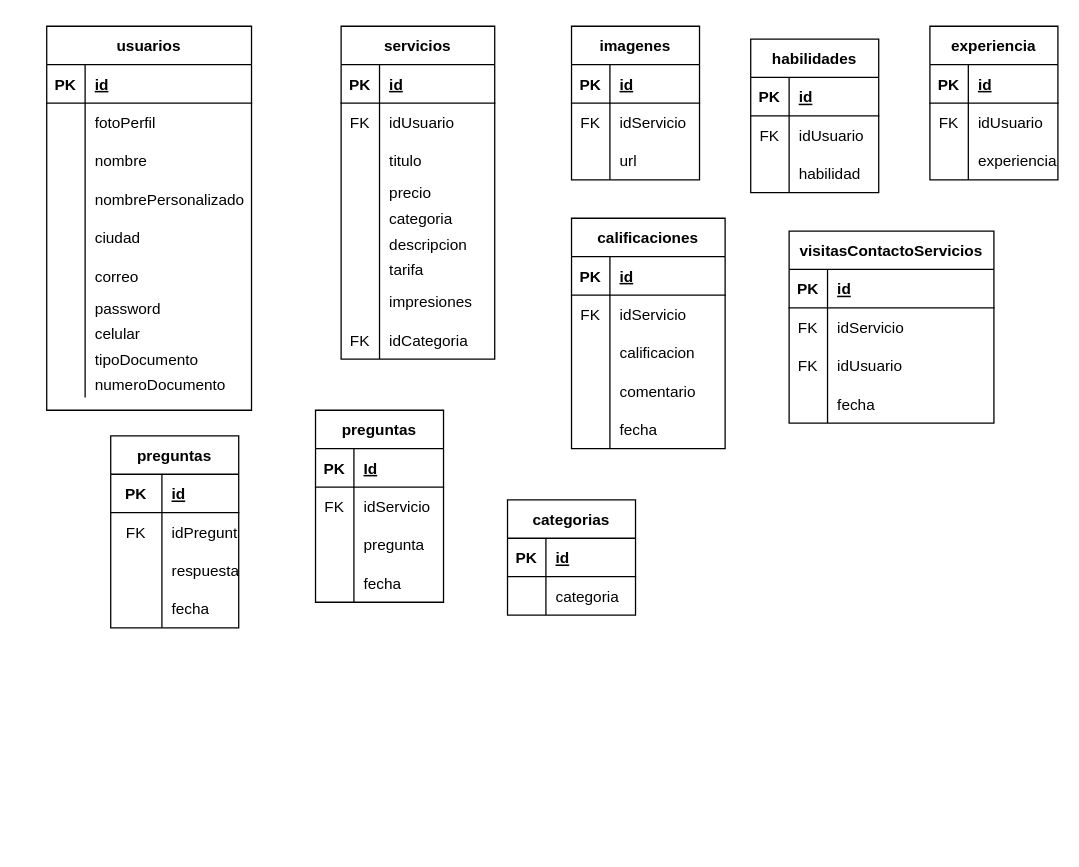
Above: data/DBDiagram.drawio in DABELOP/grupo_1_jobbook (draw.io), before the change. Source tidied: cells renumbered, new cells numbered last; positions are measured from the earlier drawing's top-left corner, leaving out a move shared by most shapes. Both pictures are drawn from the tidied source at 128%, with x=0, y=0 at pixel (46, 26).
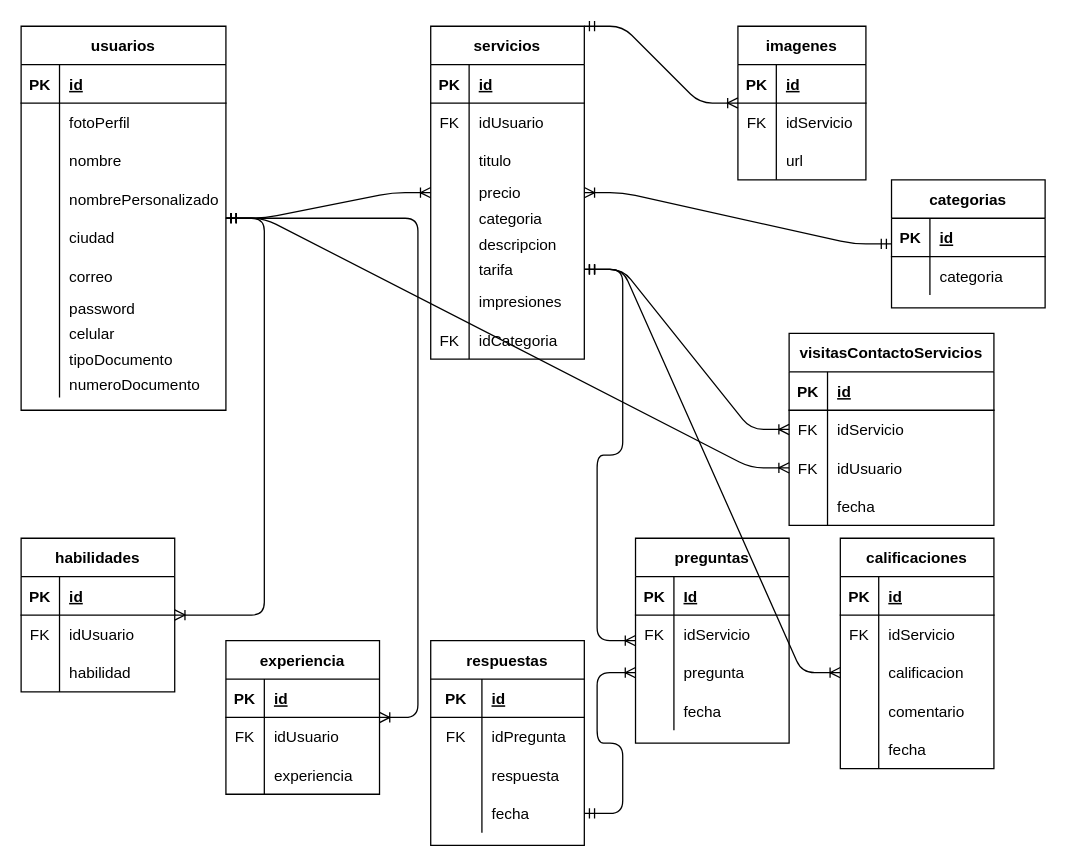
The same diagram, later.

Commit message:
Definición de relaciones entre entidades

Unchanged cells that the change refers to:
```xml
<mxCell id="62" style="shape=partialRectangle;fillColor=none;top=0;left=0;bottom=0;right=0;points=[[0,0.5],[1,0.5]];portConstraint=eastwest;" parent="43" vertex="1">
  <mxGeometry y="180" width="120" height="20" as="geometry" />
</mxCell>
<mxCell id="98" style="shape=partialRectangle;fillColor=none;top=0;left=0;bottom=0;right=0;points=[[0,0.5],[1,0.5]];portConstraint=eastwest;" parent="91" vertex="1">
  <mxGeometry y="90" width="120" height="30" as="geometry" />
</mxCell>
<mxCell id="114" style="shape=partialRectangle;fillColor=none;top=0;left=0;bottom=0;right=0;points=[[0,0.5],[1,0.5]];portConstraint=eastwest;" parent="107" vertex="1">
  <mxGeometry y="90" width="160" height="30" as="geometry" />
</mxCell>
```

The edit, as a diff of the source:
```diff
@@
     <mxCell id="2" value="imagenes" style="shape=table;startSize=30;childLayout=tableLayout;rowLines=0;fontStyle=1;align=center;" parent="1" vertex="1">
-      <mxGeometry x="410" width="100" height="120" as="geometry" />
+      <mxGeometry x="540" width="100" height="120" as="geometry" />
     </mxCell>
@@
     <mxCell id="12" value="usuarios" style="shape=table;startSize=30;childLayout=tableLayout;rowLines=0;fontStyle=1;align=center;" parent="1" vertex="1">
-      <mxGeometry width="160" height="300" as="geometry" />
+      <mxGeometry x="-20" width="160" height="300" as="geometry" />
     </mxCell>
@@
     <mxCell id="43" value="servicios" style="shape=table;startSize=30;childLayout=tableLayout;rowLines=0;fontStyle=1;align=center;" parent="1" vertex="1">
-      <mxGeometry x="230" width="120" height="260" as="geometry" />
+      <mxGeometry x="300" width="120" height="260" as="geometry" />
     </mxCell>
@@
     <mxCell id="71" value="habilidades" style="shape=table;startSize=30;childLayout=tableLayout;rowLines=0;fontStyle=1;align=center;" parent="1" vertex="1">
-      <mxGeometry x="550" y="10" width="100" height="120" as="geometry" />
+      <mxGeometry x="-20" y="400" width="120" height="120" as="geometry" />
     </mxCell>
     <mxCell id="72" style="shape=partialRectangle;fillColor=none;top=0;left=0;bottom=1;right=0;" parent="71" vertex="1">
-      <mxGeometry y="30" width="100" height="30" as="geometry" />
+      <mxGeometry y="30" width="120" height="30" as="geometry" />
     </mxCell>
@@
     <mxCell id="74" value="id" style="shape=partialRectangle;fillColor=none;top=0;left=0;bottom=0;right=0;align=left;spacingLeft=6;fontStyle=5;overflow=hidden;" parent="72" vertex="1">
-      <mxGeometry x="30" width="70" height="30" as="geometry" />
+      <mxGeometry x="30" width="90" height="30" as="geometry" />
     </mxCell>
     <mxCell id="75" style="shape=partialRectangle;fillColor=none;top=0;left=0;bottom=0;right=0;" parent="71" vertex="1">
-      <mxGeometry y="60" width="100" height="30" as="geometry" />
+      <mxGeometry y="60" width="120" height="30" as="geometry" />
     </mxCell>
@@
     <mxCell id="77" value="idUsuario" style="shape=partialRectangle;fillColor=none;top=0;left=0;bottom=0;right=0;align=left;spacingLeft=6;overflow=hidden;" parent="75" vertex="1">
-      <mxGeometry x="30" width="70" height="30" as="geometry" />
+      <mxGeometry x="30" width="90" height="30" as="geometry" />
     </mxCell>
     <mxCell id="78" style="shape=partialRectangle;fillColor=none;top=0;left=0;bottom=0;right=0;" parent="71" vertex="1">
-      <mxGeometry y="90" width="100" height="30" as="geometry" />
+      <mxGeometry y="90" width="120" height="30" as="geometry" />
     </mxCell>
@@
     <mxCell id="80" value="habilidad" style="shape=partialRectangle;fillColor=none;top=0;left=0;bottom=0;right=0;align=left;spacingLeft=6;overflow=hidden;" parent="78" vertex="1">
-      <mxGeometry x="30" width="70" height="30" as="geometry" />
+      <mxGeometry x="30" width="90" height="30" as="geometry" />
     </mxCell>
     <mxCell id="81" value="experiencia" style="shape=table;startSize=30;childLayout=tableLayout;rowLines=0;fontStyle=1;align=center;" parent="1" vertex="1">
-      <mxGeometry x="690" width="100" height="120" as="geometry" />
+      <mxGeometry x="140" y="480" width="120" height="120" as="geometry" />
     </mxCell>
     <mxCell id="82" style="shape=partialRectangle;fillColor=none;top=0;left=0;bottom=1;right=0;" parent="81" vertex="1">
-      <mxGeometry y="30" width="100" height="30" as="geometry" />
+      <mxGeometry y="30" width="120" height="30" as="geometry" />
     </mxCell>
@@
     <mxCell id="84" value="id" style="shape=partialRectangle;fillColor=none;top=0;left=0;bottom=0;right=0;align=left;spacingLeft=6;fontStyle=5;overflow=hidden;" parent="82" vertex="1">
-      <mxGeometry x="30" width="70" height="30" as="geometry" />
+      <mxGeometry x="30" width="90" height="30" as="geometry" />
     </mxCell>
     <mxCell id="85" style="shape=partialRectangle;fillColor=none;top=0;left=0;bottom=0;right=0;" parent="81" vertex="1">
-      <mxGeometry y="60" width="100" height="30" as="geometry" />
+      <mxGeometry y="60" width="120" height="30" as="geometry" />
     </mxCell>
@@
     <mxCell id="87" value="idUsuario" style="shape=partialRectangle;fillColor=none;top=0;left=0;bottom=0;right=0;align=left;spacingLeft=6;overflow=hidden;" parent="85" vertex="1">
-      <mxGeometry x="30" width="70" height="30" as="geometry" />
+      <mxGeometry x="30" width="90" height="30" as="geometry" />
     </mxCell>
     <mxCell id="88" style="shape=partialRectangle;fillColor=none;top=0;left=0;bottom=0;right=0;" parent="81" vertex="1">
-      <mxGeometry y="90" width="100" height="30" as="geometry" />
+      <mxGeometry y="90" width="120" height="30" as="geometry" />
     </mxCell>
@@
     <mxCell id="90" value="experiencia" style="shape=partialRectangle;fillColor=none;top=0;left=0;bottom=0;right=0;align=left;spacingLeft=6;overflow=hidden;" parent="88" vertex="1">
-      <mxGeometry x="30" width="70" height="30" as="geometry" />
+      <mxGeometry x="30" width="90" height="30" as="geometry" />
     </mxCell>
     <mxCell id="91" value="calificaciones" style="shape=table;startSize=30;childLayout=tableLayout;rowLines=0;fontStyle=1;align=center;" parent="1" vertex="1">
-      <mxGeometry x="410" y="150" width="120" height="180" as="geometry" />
+      <mxGeometry x="620" y="400" width="120" height="180" as="geometry" />
     </mxCell>
@@
     <mxCell id="107" value="visitasContactoServicios" style="shape=table;startSize=30;childLayout=tableLayout;rowLines=0;fontStyle=1;align=center;" parent="1" vertex="1">
-      <mxGeometry x="580" y="160" width="160" height="150" as="geometry" />
+      <mxGeometry x="580" y="240" width="160" height="150" as="geometry" />
     </mxCell>
@@
     <mxCell id="120" value="preguntas" style="shape=table;startSize=30;childLayout=tableLayout;rowLines=0;fontStyle=1;align=center;" parent="1" vertex="1">
-      <mxGeometry x="210" y="300" width="100" height="150" as="geometry" />
+      <mxGeometry x="460" y="400" width="120" height="160" as="geometry" />
     </mxCell>
     <mxCell id="121" style="shape=partialRectangle;fillColor=none;top=0;left=0;bottom=1;right=0;" parent="120" vertex="1">
-      <mxGeometry y="30" width="100" height="30" as="geometry" />
+      <mxGeometry y="30" width="120" height="30" as="geometry" />
     </mxCell>
@@
     <mxCell id="123" value="Id" style="shape=partialRectangle;fillColor=none;top=0;left=0;bottom=0;right=0;align=left;spacingLeft=6;fontStyle=5;overflow=hidden;" parent="121" vertex="1">
-      <mxGeometry x="30" width="70" height="30" as="geometry" />
+      <mxGeometry x="30" width="90" height="30" as="geometry" />
     </mxCell>
     <mxCell id="124" style="shape=partialRectangle;fillColor=none;top=0;left=0;bottom=0;right=0;" parent="120" vertex="1">
-      <mxGeometry y="60" width="100" height="30" as="geometry" />
+      <mxGeometry y="60" width="120" height="30" as="geometry" />
     </mxCell>
@@
     <mxCell id="126" value="idServicio" style="shape=partialRectangle;fillColor=none;top=0;left=0;bottom=0;right=0;align=left;spacingLeft=6;overflow=hidden;" parent="124" vertex="1">
-      <mxGeometry x="30" width="70" height="30" as="geometry" />
+      <mxGeometry x="30" width="90" height="30" as="geometry" />
     </mxCell>
     <mxCell id="127" style="shape=partialRectangle;fillColor=none;top=0;left=0;bottom=0;right=0;points=[[0,0.5],[1,0.5]];portConstraint=eastwest;" parent="120" vertex="1">
-      <mxGeometry y="90" width="100" height="30" as="geometry" />
+      <mxGeometry y="90" width="120" height="30" as="geometry" />
     </mxCell>
@@
     <mxCell id="129" value="pregunta" style="shape=partialRectangle;fillColor=none;top=0;left=0;bottom=0;right=0;align=left;spacingLeft=6;overflow=hidden;" parent="127" vertex="1">
-      <mxGeometry x="30" width="70" height="30" as="geometry" />
+      <mxGeometry x="30" width="90" height="30" as="geometry" />
     </mxCell>
     <mxCell id="130" style="shape=partialRectangle;fillColor=none;top=0;left=0;bottom=0;right=0;" parent="120" vertex="1">
-      <mxGeometry y="120" width="100" height="30" as="geometry" />
+      <mxGeometry y="120" width="120" height="30" as="geometry" />
     </mxCell>
@@
     <mxCell id="132" value="fecha" style="shape=partialRectangle;fillColor=none;top=0;left=0;bottom=0;right=0;align=left;spacingLeft=6;overflow=hidden;" parent="130" vertex="1">
-      <mxGeometry x="30" width="70" height="30" as="geometry" />
+      <mxGeometry x="30" width="90" height="30" as="geometry" />
     </mxCell>
-    <mxCell id="133" value="preguntas" style="shape=table;startSize=30;childLayout=tableLayout;rowLines=0;fontStyle=1;align=center;" parent="1" vertex="1">
-      <mxGeometry x="50" y="320" width="100" height="150" as="geometry" />
+    <mxCell id="133" value="respuestas" style="shape=table;startSize=30;childLayout=tableLayout;rowLines=0;fontStyle=1;align=center;" parent="1" vertex="1">
+      <mxGeometry x="300" y="480" width="120" height="160" as="geometry" />
     </mxCell>
     <mxCell id="134" style="shape=partialRectangle;fillColor=none;top=0;left=0;bottom=1;right=0;" parent="133" vertex="1">
-      <mxGeometry y="30" width="100" height="30" as="geometry" />
+      <mxGeometry y="30" width="120" height="30" as="geometry" />
     </mxCell>
@@
     <mxCell id="136" value="id" style="shape=partialRectangle;fillColor=none;top=0;left=0;bottom=0;right=0;align=left;spacingLeft=6;fontStyle=5;overflow=hidden;" parent="134" vertex="1">
-      <mxGeometry x="40" width="60" height="30" as="geometry" />
+      <mxGeometry x="40" width="80" height="30" as="geometry" />
     </mxCell>
     <mxCell id="137" style="shape=partialRectangle;fillColor=none;top=0;left=0;bottom=0;right=0;" parent="133" vertex="1">
-      <mxGeometry y="60" width="100" height="30" as="geometry" />
+      <mxGeometry y="60" width="120" height="30" as="geometry" />
     </mxCell>
@@
     <mxCell id="139" value="idPregunta" style="shape=partialRectangle;fillColor=none;top=0;left=0;bottom=0;right=0;align=left;spacingLeft=6;overflow=hidden;" parent="137" vertex="1">
-      <mxGeometry x="40" width="60" height="30" as="geometry" />
+      <mxGeometry x="40" width="80" height="30" as="geometry" />
     </mxCell>
     <mxCell id="140" style="shape=partialRectangle;fillColor=none;top=0;left=0;bottom=0;right=0;" parent="133" vertex="1">
-      <mxGeometry y="90" width="100" height="30" as="geometry" />
+      <mxGeometry y="90" width="120" height="30" as="geometry" />
     </mxCell>
@@
     <mxCell id="142" value="respuesta" style="shape=partialRectangle;fillColor=none;top=0;left=0;bottom=0;right=0;align=left;spacingLeft=6;overflow=hidden;" parent="140" vertex="1">
-      <mxGeometry x="40" width="60" height="30" as="geometry" />
+      <mxGeometry x="40" width="80" height="30" as="geometry" />
     </mxCell>
     <mxCell id="143" style="shape=partialRectangle;fillColor=none;top=0;left=0;bottom=0;right=0;points=[[0,0.5],[1,0.5]];portConstraint=eastwest;" parent="133" vertex="1">
-      <mxGeometry y="120" width="100" height="30" as="geometry" />
+      <mxGeometry y="120" width="120" height="30" as="geometry" />
     </mxCell>
@@
     <mxCell id="145" value="fecha" style="shape=partialRectangle;fillColor=none;top=0;left=0;bottom=0;right=0;align=left;spacingLeft=6;overflow=hidden;" parent="143" vertex="1">
-      <mxGeometry x="40" width="60" height="30" as="geometry" />
+      <mxGeometry x="40" width="80" height="30" as="geometry" />
     </mxCell>
     <mxCell id="146" value="categorias" style="shape=table;startSize=30;childLayout=tableLayout;rowLines=0;fontStyle=1;align=center;" parent="1" vertex="1">
-      <mxGeometry x="360" y="370" width="100" height="90" as="geometry" />
+      <mxGeometry x="660" y="120" width="120" height="100" as="geometry" />
     </mxCell>
     <mxCell id="147" style="shape=partialRectangle;fillColor=none;top=0;left=0;bottom=1;right=0;" parent="146" vertex="1">
-      <mxGeometry y="30" width="100" height="30" as="geometry" />
+      <mxGeometry y="30" width="120" height="30" as="geometry" />
     </mxCell>
@@
     <mxCell id="149" value="id" style="shape=partialRectangle;fillColor=none;top=0;left=0;bottom=0;right=0;align=left;spacingLeft=6;fontStyle=5;overflow=hidden;" parent="147" vertex="1">
-      <mxGeometry x="30" width="70" height="30" as="geometry" />
+      <mxGeometry x="30" width="90" height="30" as="geometry" />
     </mxCell>
     <mxCell id="150" style="shape=partialRectangle;fillColor=none;top=0;left=0;bottom=0;right=0;" parent="146" vertex="1">
-      <mxGeometry y="60" width="100" height="30" as="geometry" />
+      <mxGeometry y="60" width="120" height="30" as="geometry" />
     </mxCell>
@@
     <mxCell id="152" value="categoria" style="shape=partialRectangle;fillColor=none;top=0;left=0;bottom=0;right=0;align=left;spacingLeft=6;overflow=hidden;" parent="150" vertex="1">
-      <mxGeometry x="30" width="70" height="30" as="geometry" />
+      <mxGeometry x="30" width="90" height="30" as="geometry" />
     </mxCell>
+    <mxCell id="153" style="edgeStyle=entityRelationEdgeStyle;fontSize=12;html=1;endArrow=ERoneToMany;startArrow=ERmandOne;" parent="1" edge="1" source="12" target="43">
+      <mxGeometry relative="1" as="geometry" />
+    </mxCell>
+    <mxCell id="154" style="edgeStyle=entityRelationEdgeStyle;fontSize=12;html=1;endArrow=ERoneToMany;startArrow=ERmandOne;" parent="1" edge="1" source="146" target="43">
+      <mxGeometry relative="1" as="geometry" />
+    </mxCell>
+    <mxCell id="155" style="edgeStyle=entityRelationEdgeStyle;fontSize=12;html=1;endArrow=ERoneToMany;startArrow=ERmandOne;exitX=1;exitY=0;exitDx=0;exitDy=0;" parent="1" edge="1" source="43" target="2">
+      <mxGeometry relative="1" as="geometry" />
+    </mxCell>
+    <mxCell id="156" style="edgeStyle=entityRelationEdgeStyle;fontSize=12;html=1;endArrow=ERoneToMany;startArrow=ERmandOne;" parent="1" edge="1" source="12" target="71">
+      <mxGeometry relative="1" as="geometry" />
+    </mxCell>
+    <mxCell id="157" style="edgeStyle=entityRelationEdgeStyle;fontSize=12;html=1;endArrow=ERoneToMany;startArrow=ERmandOne;" parent="1" edge="1" source="12" target="81">
+      <mxGeometry relative="1" as="geometry" />
+    </mxCell>
+    <mxCell id="158" style="edgeStyle=entityRelationEdgeStyle;fontSize=12;html=1;endArrow=ERoneToMany;startArrow=ERmandOne;exitX=1;exitY=0.5;exitDx=0;exitDy=0;" parent="1" edge="1" source="62" target="120">
+      <mxGeometry relative="1" as="geometry" />
+    </mxCell>
+    <mxCell id="159" style="edgeStyle=entityRelationEdgeStyle;fontSize=12;html=1;endArrow=ERoneToMany;startArrow=ERmandOne;entryX=0;entryY=0.5;entryDx=0;entryDy=0;exitX=1;exitY=0.5;exitDx=0;exitDy=0;" parent="1" edge="1" source="143" target="127">
+      <mxGeometry relative="1" as="geometry" />
+    </mxCell>
+    <mxCell id="160" style="edgeStyle=entityRelationEdgeStyle;fontSize=12;html=1;endArrow=ERoneToMany;startArrow=ERmandOne;" parent="1" edge="1" source="62" target="98">
+      <mxGeometry relative="1" as="geometry" />
+    </mxCell>
+    <mxCell id="161" style="edgeStyle=entityRelationEdgeStyle;fontSize=12;html=1;endArrow=ERoneToMany;startArrow=ERmandOne;exitX=1;exitY=0.5;exitDx=0;exitDy=0;" parent="1" edge="1" source="62" target="107">
+      <mxGeometry relative="1" as="geometry" />
+    </mxCell>
+    <mxCell id="162" style="edgeStyle=entityRelationEdgeStyle;fontSize=12;html=1;endArrow=ERoneToMany;startArrow=ERmandOne;" parent="1" edge="1" source="12" target="114">
+      <mxGeometry relative="1" as="geometry" />
+    </mxCell>
```
